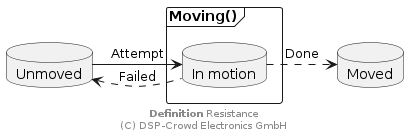
Earlier version of the PlantUML export doc/system/definitions/resistance.png (NoOrientationProgramming/NopExamples).
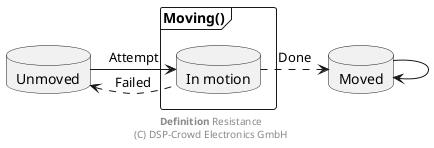
After the change.

Diff of the diagram source:
```diff
@@ -11,6 +11,7 @@
 sUn -> sIn : Attempt
 sUn <. sIn : Failed
 sIn .> sMo : Done
+sMo -> sMo
 
 footer **Definition** Resistance\n(C) DSP-Crowd Electronics GmbH
 
```
